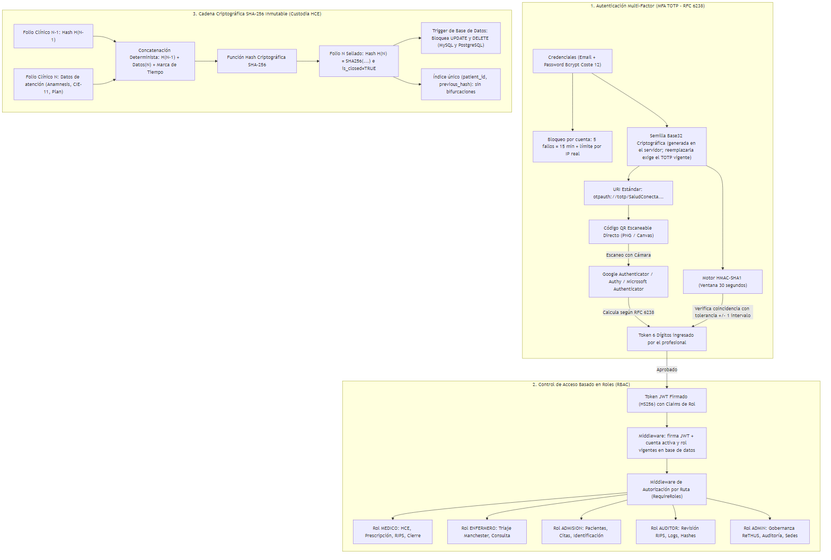
Above: docs/diagrams/07_seguridad_mfa_sha256.png in ThiagoVelez/Proyecto_felipe (Mermaid), before the change. Its source is kept beside it as docs/diagrams/07_seguridad_mfa_sha256.mmd.
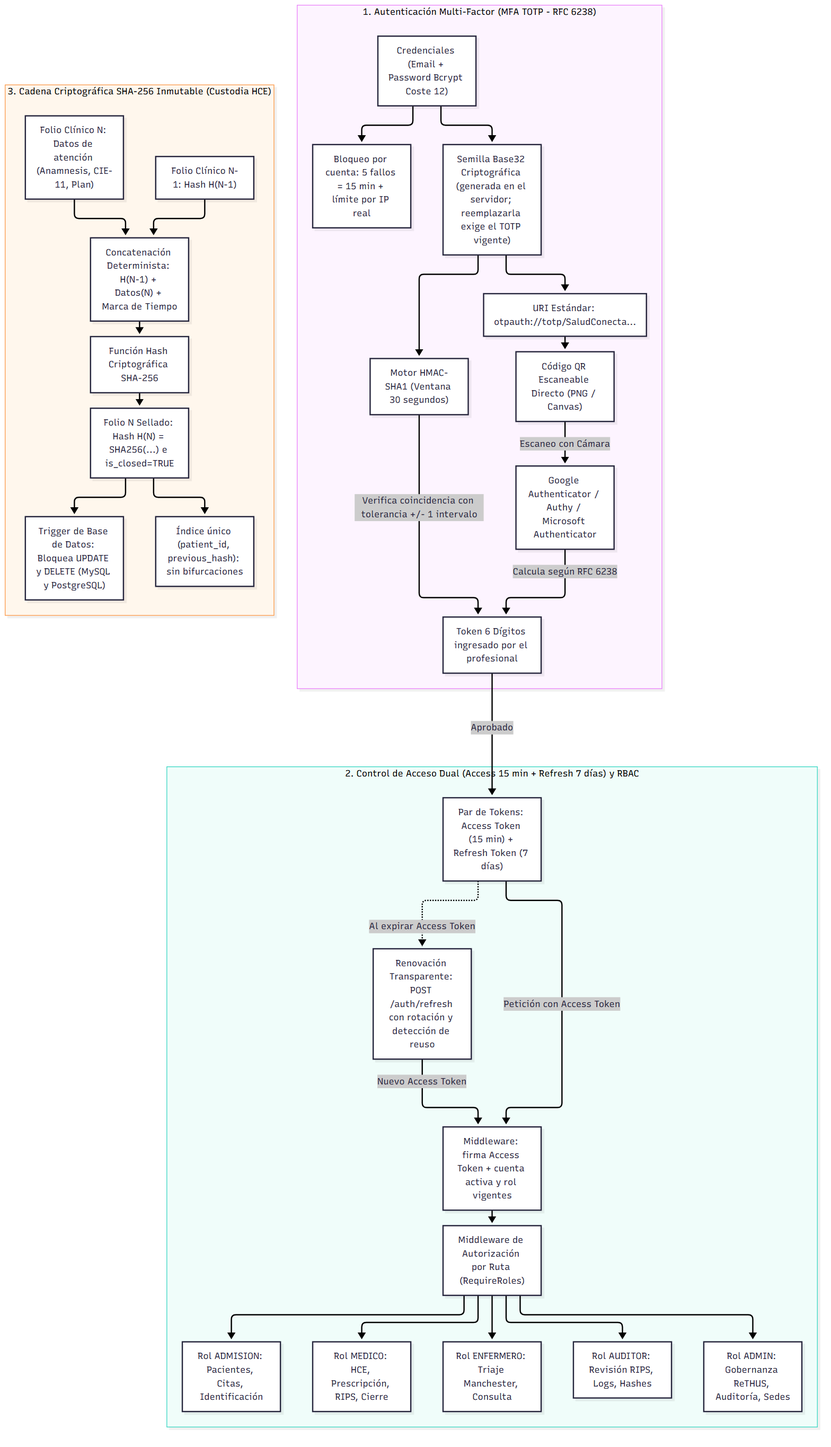
Above is the later version.

Diff of the diagram source:
```diff
@@ -19,9 +19,10 @@
         HMACEngine -->|Verifica coincidencia con tolerancia +/- 1 intervalo| UserOTP
     end
 
-    subgraph RBACEngine ["2. Control de Acceso Basado en Roles (RBAC)"]
-        JWTToken["Token JWT Firmado (HS256) con Claims de Rol"]
-        SessionCheck["Middleware: firma JWT + cuenta activa y rol vigentes en base de datos"]
+    subgraph RBACEngine ["2. Control de Acceso Dual (Access 15 min + Refresh 7 días) y RBAC"]
+        TokensPair["Par de Tokens: Access Token (15 min) + Refresh Token (7 días)"]
+        SessionCheck["Middleware: firma Access Token + cuenta activa y rol vigentes"]
+        RefreshFlow["Renovación Transparente: POST /auth/refresh con rotación y detección de reuso"]
         RoleGuard["Middleware de Autorización por Ruta (RequireRoles)"]
         RoleMedico["Rol MEDICO: HCE, Prescripción, RIPS, Cierre"]
         RoleEnfermero["Rol ENFERMERO: Triaje Manchester, Consulta"]
@@ -29,8 +30,10 @@
         RoleAuditor["Rol AUDITOR: Revisión RIPS, Logs, Hashes"]
         RoleAdmin["Rol ADMIN: Gobernanza ReTHUS, Auditoría, Sedes"]
 
-        UserOTP -->|Aprobado| JWTToken
-        JWTToken --> SessionCheck
+        UserOTP -->|Aprobado| TokensPair
+        TokensPair -->|Petición con Access Token| SessionCheck
+        TokensPair -.->|Al expirar Access Token| RefreshFlow
+        RefreshFlow -->|Nuevo Access Token| SessionCheck
         SessionCheck --> RoleGuard
         RoleGuard --> RoleMedico & RoleEnfermero & RoleAdmision & RoleAuditor & RoleAdmin
     end
```
